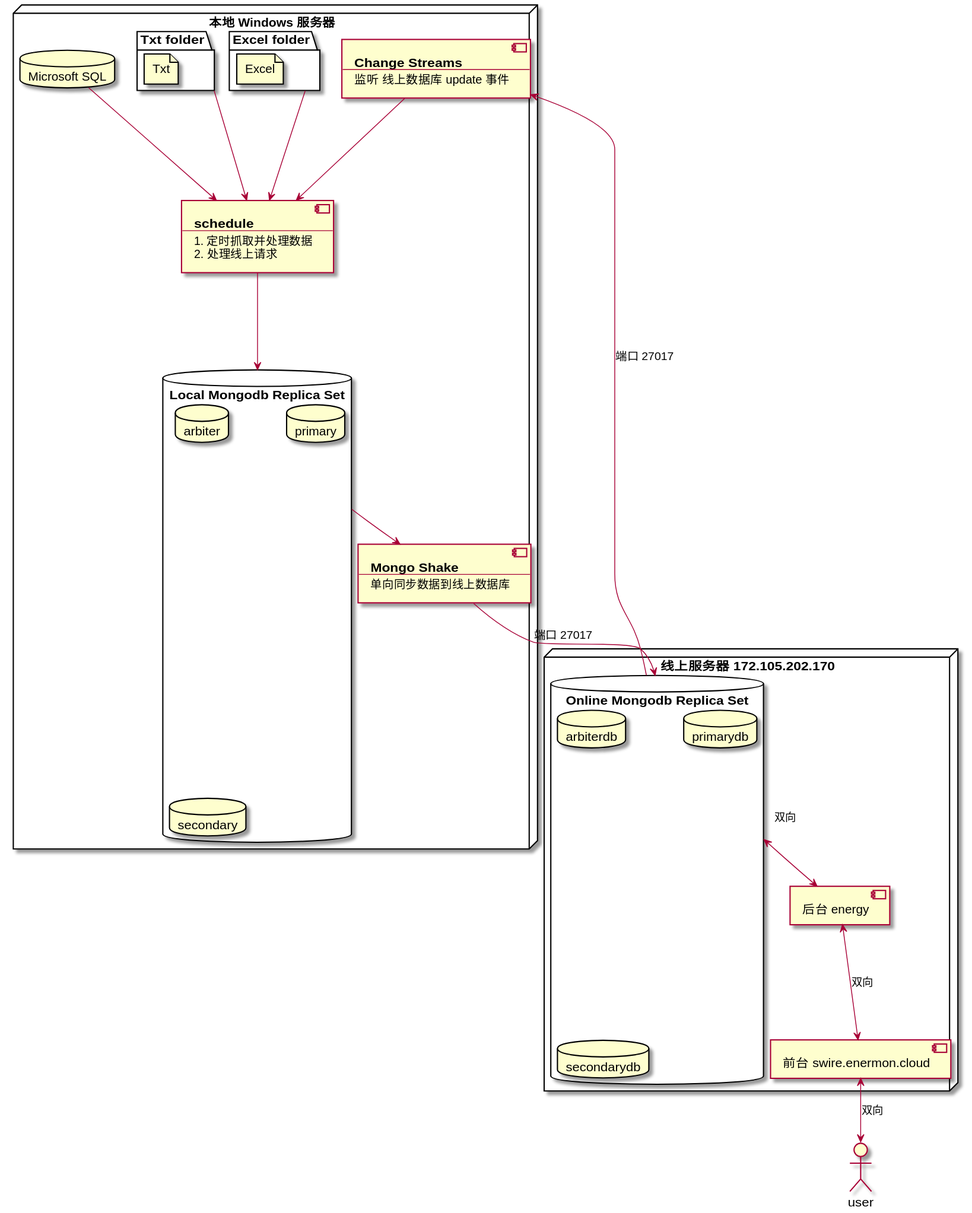
Above: docs/public/future.svg in joehecn/swire-docs (PlantUML), before the change. Source of this version:
```plantuml
@startuml
  node "本地 Windows 服务器" as windows {
    database "Microsoft SQL" as mssql
    folder "Excel folder" as excel {
      file "Excel"
    }
    folder "Txt folder" as txt {
      file "Txt"
    }

    component schedule [
      <b>schedule
      ----
      1. 定时抓取并处理数据
      2. 处理线上请求
    ]

    database "Local Mongodb Replica Set" as localdb {
      database arbiter
      database primary
      database secondary
    }
    component shake [
      <b>Mongo Shake
      ----
      单向同步数据到线上数据库
    ]
    component change [
      <b>Change Streams
      ----
      监听 线上数据库 update 事件
    ]
  }

  node "线上服务器 172.105.202.170" as linux {
    component "前台 swire.enermon.cloud" as web
    component "后台 energy" as energy
    database "Online Mongodb Replica Set" as db {
      database arbiterdb
      database primarydb
      database secondarydb
    }
  }

  actor user

  mssql --> schedule
  excel --> schedule
  txt --> schedule
  schedule --> localdb
  localdb --> shake

  shake --> db : 端口 27017
  db <--> energy : 双向
  energy <--> web : 双向
  web <--> user : 双向

  db --> change : 端口 27017
  change --> schedule
@enduml
```
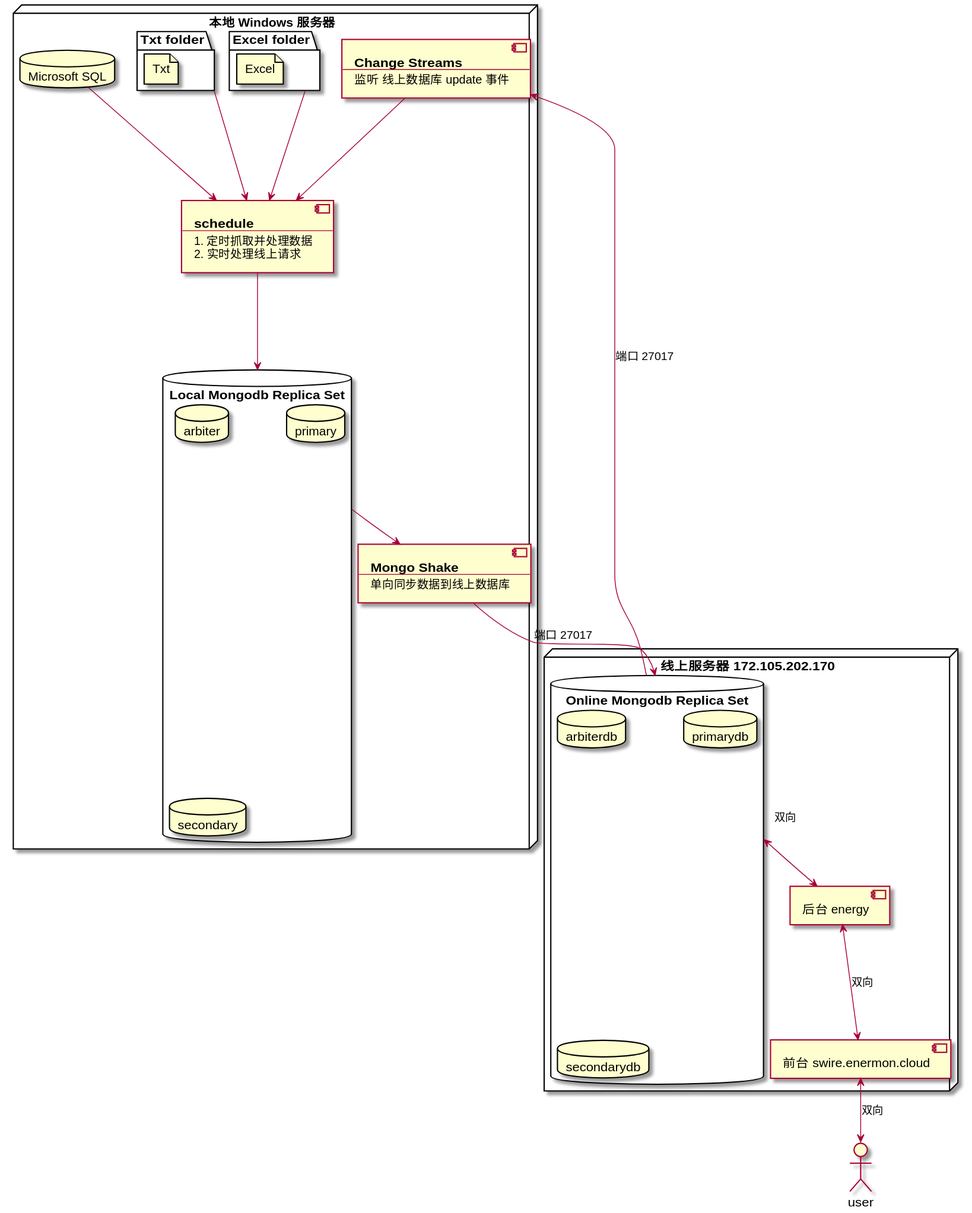
After the change.

Change to the diagram source:
```diff
@@ -1,4 +1,4 @@
-@startuml
+@startuml future
   node "本地 Windows 服务器" as windows {
     database "Microsoft SQL" as mssql
     folder "Excel folder" as excel {
@@ -12,7 +12,7 @@
       <b>schedule
       ----
       1. 定时抓取并处理数据
-      2. 处理线上请求
+      2. 实时处理线上请求
     ]
 
     database "Local Mongodb Replica Set" as localdb {
```
